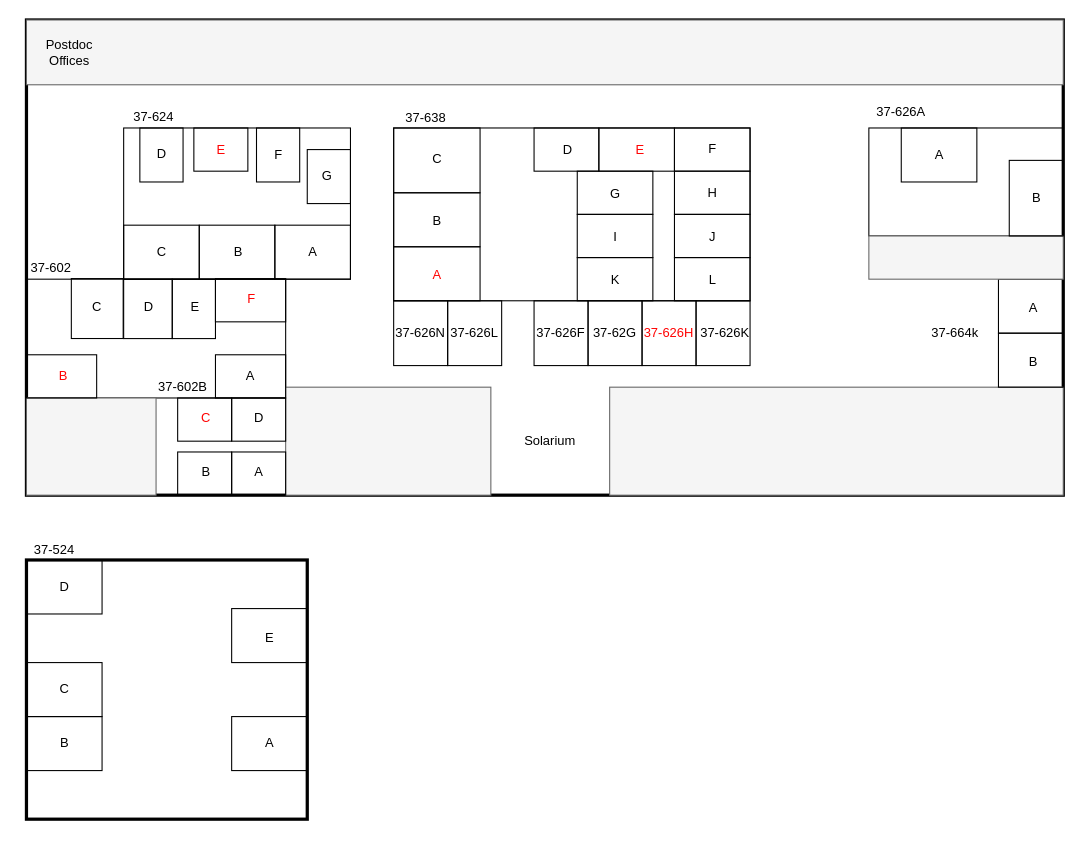
Above: floorplan.drawio in CianMRoche/DeskCzar (draw.io), before the change. Source tidied: cells renumbered, new cells numbered last; positions are measured from the earlier drawing's top-left corner, leaving out a move shared by most shapes. Both pictures are drawn from the tidied source at 108%, with x=0, y=0 at pixel (17, 19).
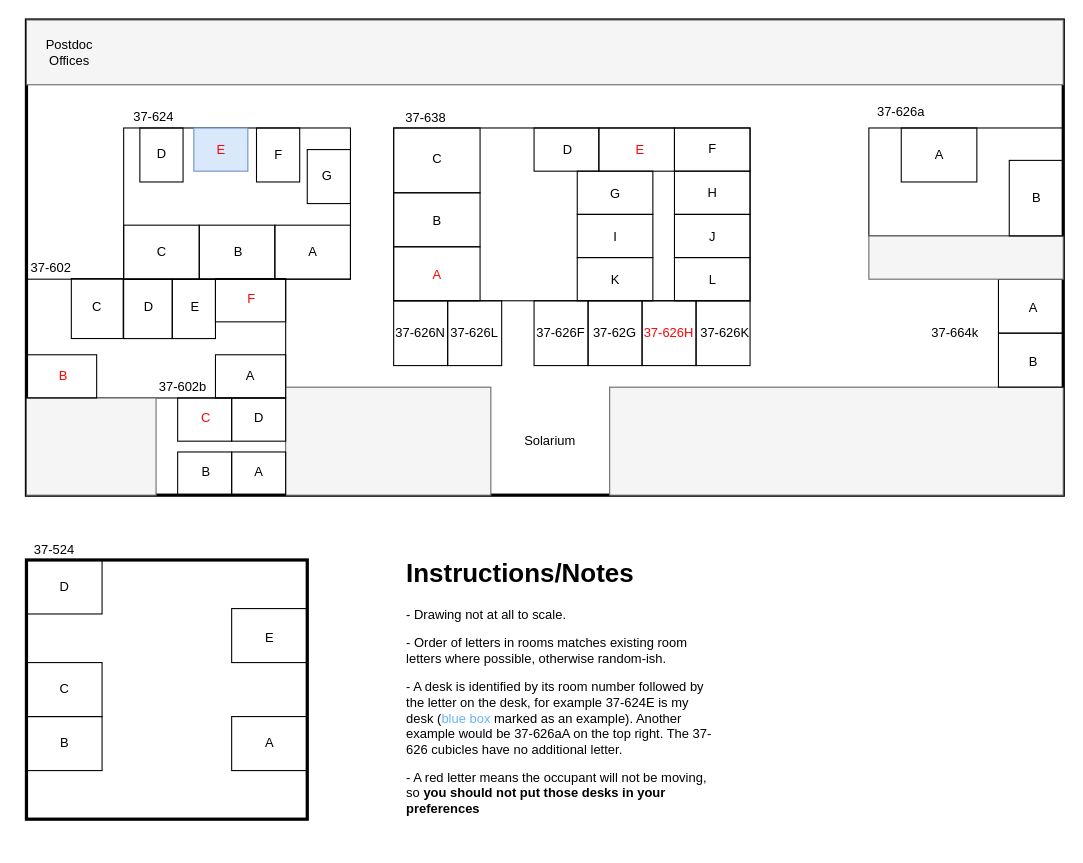
The same diagram, later.

What changed in the source:
```diff
@@
-    <mxCell id="39" style="rounded=0;whiteSpace=wrap;html=1;fillColor=none;rotation=90;" parent="1" vertex="1">
+    <mxCell id="39" style="rounded=0;whiteSpace=wrap;html=1;fillColor=#dae8fc;rotation=90;strokeColor=#6c8ebf;" parent="1" vertex="1">
       <mxGeometry x="168" y="95" width="40" height="50" as="geometry" />
     </mxCell>
@@
-    <mxCell id="62" value="37-602B" style="text;html=1;strokeColor=none;fillColor=none;align=center;verticalAlign=middle;whiteSpace=wrap;rounded=0;" parent="1" vertex="1">
+    <mxCell id="62" value="37-602b" style="text;html=1;strokeColor=none;fillColor=none;align=center;verticalAlign=middle;whiteSpace=wrap;rounded=0;" parent="1" vertex="1">
       <mxGeometry x="123" y="325" width="60" height="30" as="geometry" />
     </mxCell>
@@
-    <mxCell id="70" value="37-626A" style="text;html=1;strokeColor=none;fillColor=none;align=center;verticalAlign=middle;whiteSpace=wrap;rounded=0;" parent="1" vertex="1">
+    <mxCell id="70" value="37-626a" style="text;html=1;strokeColor=none;fillColor=none;align=center;verticalAlign=middle;whiteSpace=wrap;rounded=0;" parent="1" vertex="1">
       <mxGeometry x="788" y="70" width="60" height="30" as="geometry" />
     </mxCell>
@@
+    <mxCell id="110" value="&lt;h1&gt;Instructions/Notes&lt;/h1&gt;&lt;p&gt;- Drawing not at all to scale.&amp;nbsp;&lt;/p&gt;&lt;p&gt;- Order of letters in rooms matches existing room letters where possible, otherwise random-ish.&lt;/p&gt;&lt;p&gt;- A desk is identified by its room number followed by the letter on the desk, for example 37-624E is my desk (&lt;font color=&quot;#66b2ff&quot;&gt;blue box&lt;/font&gt; marked as an example). Another example would be 37-626aA on the top right. The 37-626 cubicles have no additional letter.&lt;/p&gt;&lt;p&gt;- A red letter means the occupant will not be moving, so &lt;b&gt;you should not put those desks in your preferences&lt;/b&gt;&lt;/p&gt;" style="text;html=1;spacing=5;spacingTop=-20;whiteSpace=wrap;overflow=hidden;rounded=0;" parent="1" vertex="1">
+      <mxGeometry x="354.5" y="493" width="293.5" height="270" as="geometry" />
+    </mxCell>
```
